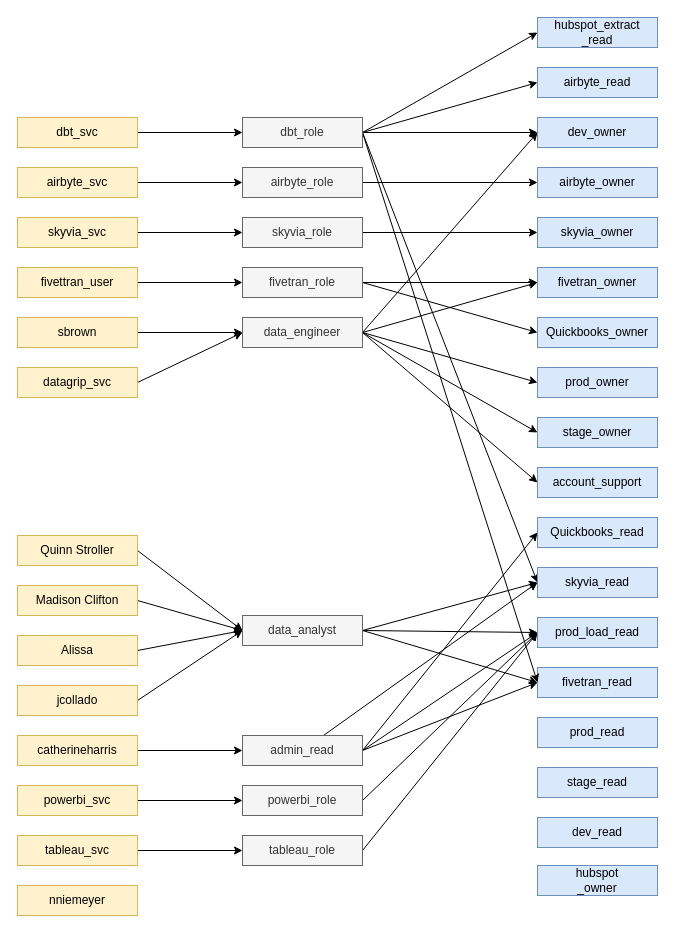
The draw.io diagram Documentation/Snowflake Security Diagram.drawio in samsolo512/transactly, before the edit. Source tidied: cells renumbered, new cells numbered last; positions are measured from the earlier drawing's top-left corner, leaving out a move shared by most shapes. Both pictures are drawn from the tidied source at 100%, with x=0, y=0 at pixel (17, 17).
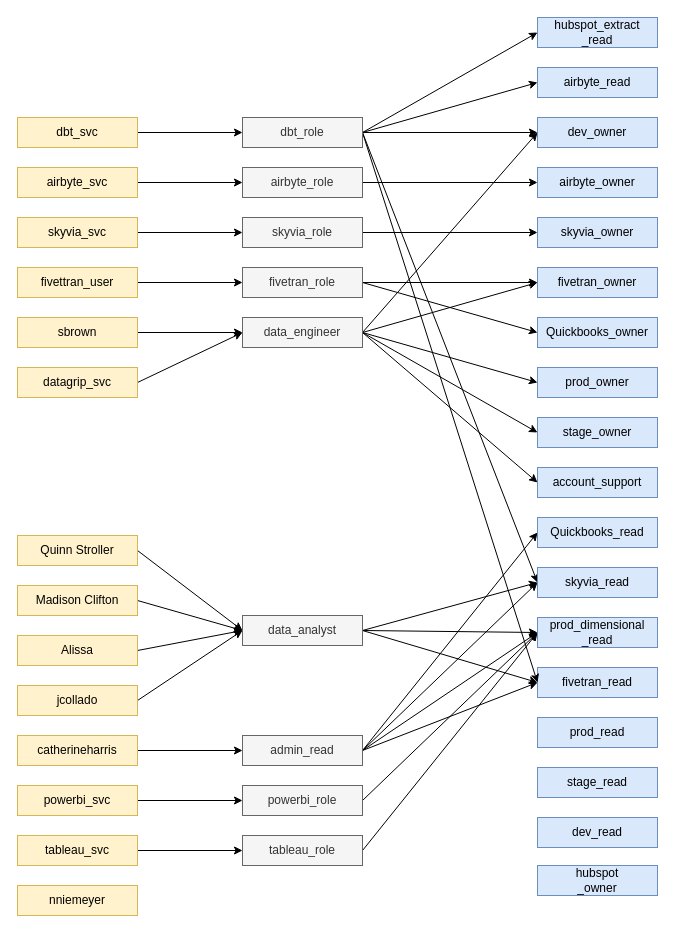
After the change.

The change refers to these unchanged cells:
```xml
<mxCell id="43" value="admin_read" style="rounded=0;whiteSpace=wrap;html=1;fillColor=#f5f5f5;fontColor=#333333;strokeColor=#666666;" parent="1" vertex="1">
  <mxGeometry x="225" y="718" width="120" height="30" as="geometry" />
</mxCell>
<mxCell id="68" value="skyvia_read" style="rounded=0;whiteSpace=wrap;html=1;fillColor=#dae8fc;strokeColor=#6c8ebf;" parent="1" vertex="1">
  <mxGeometry x="520" y="550" width="120" height="30" as="geometry" />
</mxCell>
```

Diff of the diagram source:
```diff
@@
-    <mxCell id="32" value="prod_load_read" style="rounded=0;whiteSpace=wrap;html=1;fillColor=#dae8fc;strokeColor=#6c8ebf;" parent="1" vertex="1">
+    <mxCell id="32" value="prod_dimensional&lt;br&gt;_read" style="rounded=0;whiteSpace=wrap;html=1;fillColor=#dae8fc;strokeColor=#6c8ebf;" parent="1" vertex="1">
       <mxGeometry x="520" y="600" width="120" height="30" as="geometry" />
     </mxCell>
@@
-    <mxCell id="41" style="rounded=0;jettySize=auto;html=1;entryX=0;entryY=0.5;entryDx=0;entryDy=0;" parent="1" edge="1" source="43" target="68">
+    <mxCell id="41" style="rounded=0;jettySize=auto;html=1;entryX=0;entryY=0.5;entryDx=0;entryDy=0;exitX=1;exitY=0.5;exitDx=0;exitDy=0;" parent="1" edge="1" source="43" target="68">
       <mxGeometry relative="1" as="geometry" />
     </mxCell>
```
